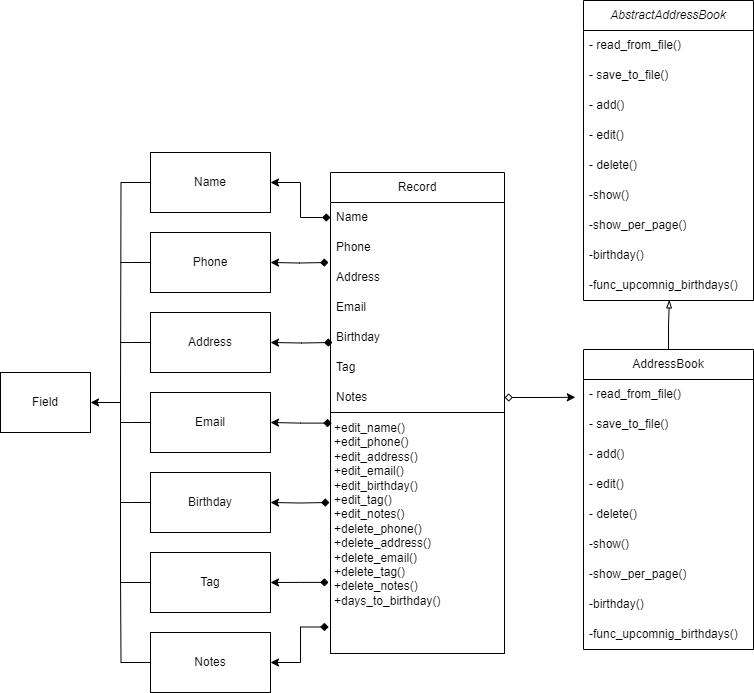
Before: address_book/Diagram.drawio.png, a diagram exported from draw.io (kachnna/AdressBook). Source tidied: cells renumbered, new cells last; positions are measured from the earlier drawing's top-left corner, leaving out a move shared by most shapes.
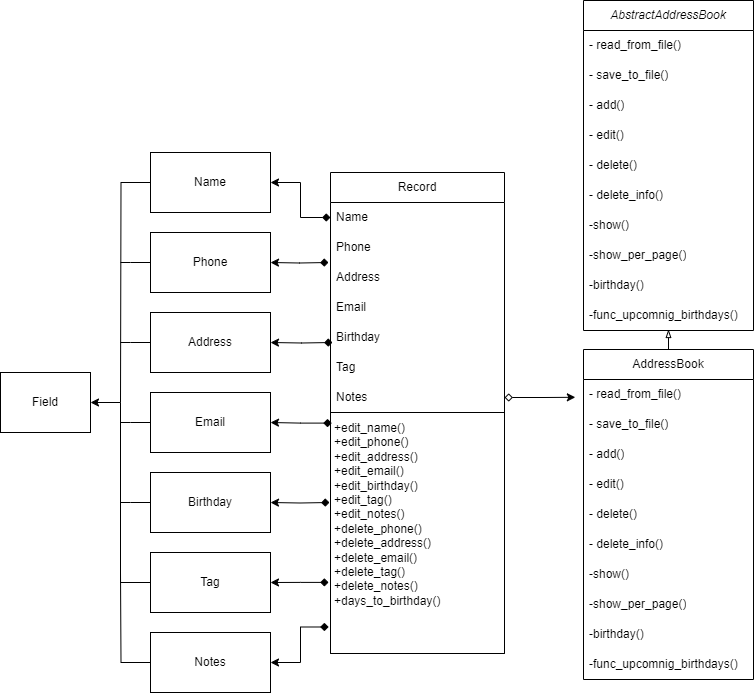
After the change.

Change to the diagram source:
```diff
@@ -90,7 +90,7 @@
       <mxGeometry x="2" y="1.5" width="165" height="238" as="geometry" />
     </mxCell>
     <mxCell id="27" value="AddressBook" style="swimlane;fontStyle=0;horizontal=1;startSize=30;whiteSpace=wrap;html=1;" parent="1" vertex="1">
-      <mxGeometry x="583" y="349" width="170" height="300" as="geometry" />
+      <mxGeometry x="583" y="349" width="170" height="330" as="geometry" />
     </mxCell>
     <mxCell id="28" value="- read_from_file()" style="text;strokeColor=none;fillColor=none;align=left;verticalAlign=middle;spacingLeft=4;spacingRight=4;overflow=hidden;points=[[0,0.5],[1,0.5]];portConstraint=eastwest;whiteSpace=wrap;html=1;" parent="27" vertex="1">
       <mxGeometry y="30" width="170" height="30" as="geometry" />
@@ -107,17 +107,20 @@
     <mxCell id="32" value="- delete()" style="text;strokeColor=none;fillColor=none;align=left;verticalAlign=middle;spacingLeft=4;spacingRight=4;overflow=hidden;whiteSpace=wrap;html=1;" parent="27" vertex="1">
       <mxGeometry y="150" width="170" height="30" as="geometry" />
     </mxCell>
+    <mxCell id="56" value="- delete_info()" style="text;strokeColor=none;fillColor=none;align=left;verticalAlign=middle;spacingLeft=4;spacingRight=4;overflow=hidden;whiteSpace=wrap;html=1;" parent="27" vertex="1">
+      <mxGeometry y="180" width="170" height="30" as="geometry" />
+    </mxCell>
     <mxCell id="33" value="-show()" style="text;strokeColor=none;fillColor=none;align=left;verticalAlign=middle;spacingLeft=4;spacingRight=4;overflow=hidden;whiteSpace=wrap;html=1;" parent="27" vertex="1">
-      <mxGeometry y="180" width="170" height="30" as="geometry" />
+      <mxGeometry y="210" width="170" height="30" as="geometry" />
     </mxCell>
     <mxCell id="34" value="-show_per_page()" style="text;strokeColor=none;fillColor=none;align=left;verticalAlign=middle;spacingLeft=4;spacingRight=4;overflow=hidden;whiteSpace=wrap;html=1;" parent="27" vertex="1">
-      <mxGeometry y="210" width="170" height="30" as="geometry" />
+      <mxGeometry y="240" width="170" height="30" as="geometry" />
     </mxCell>
     <mxCell id="35" value="-birthday()" style="text;strokeColor=none;fillColor=none;align=left;verticalAlign=middle;spacingLeft=4;spacingRight=4;overflow=hidden;whiteSpace=wrap;html=1;" parent="27" vertex="1">
-      <mxGeometry y="240" width="170" height="30" as="geometry" />
+      <mxGeometry y="270" width="170" height="30" as="geometry" />
     </mxCell>
     <mxCell id="36" value="-func_upcomnig_birthdays()" style="text;strokeColor=none;fillColor=none;align=left;verticalAlign=middle;spacingLeft=4;spacingRight=4;overflow=hidden;whiteSpace=wrap;html=1;" parent="27" vertex="1">
-      <mxGeometry y="270" width="170" height="30" as="geometry" />
+      <mxGeometry y="300" width="170" height="30" as="geometry" />
     </mxCell>
     <mxCell id="37" style="rounded=0;jettySize=auto;html=1;edgeStyle=orthogonalEdgeStyle;startArrow=diamond;startFill=1;exitX=-0.011;exitY=0.89;exitDx=0;exitDy=0;exitPerimeter=0;" parent="1" edge="1" source="25" target="14">
       <mxGeometry relative="1" as="geometry" />
@@ -150,7 +153,7 @@
       <mxGeometry relative="1" as="geometry" />
     </mxCell>
     <mxCell id="45" value="&lt;i&gt;AbstractAddressBook&lt;/i&gt;" style="swimlane;fontStyle=0;horizontal=1;startSize=30;whiteSpace=wrap;html=1;" parent="1" vertex="1">
-      <mxGeometry x="583" width="170" height="300" as="geometry" />
+      <mxGeometry x="583" width="170" height="330" as="geometry" />
     </mxCell>
     <mxCell id="46" value="- read_from_file()" style="text;strokeColor=none;fillColor=none;align=left;verticalAlign=middle;spacingLeft=4;spacingRight=4;overflow=hidden;whiteSpace=wrap;html=1;" parent="45" vertex="1">
       <mxGeometry y="30" width="170" height="30" as="geometry" />
@@ -167,17 +170,20 @@
     <mxCell id="50" value="- delete()" style="text;strokeColor=none;fillColor=none;align=left;verticalAlign=middle;spacingLeft=4;spacingRight=4;overflow=hidden;whiteSpace=wrap;html=1;" parent="45" vertex="1">
       <mxGeometry y="150" width="170" height="30" as="geometry" />
     </mxCell>
+    <mxCell id="57" value="- delete_info()" style="text;strokeColor=none;fillColor=none;align=left;verticalAlign=middle;spacingLeft=4;spacingRight=4;overflow=hidden;whiteSpace=wrap;html=1;" parent="45" vertex="1">
+      <mxGeometry y="180" width="170" height="30" as="geometry" />
+    </mxCell>
     <mxCell id="51" value="-show()" style="text;strokeColor=none;fillColor=none;align=left;verticalAlign=middle;spacingLeft=4;spacingRight=4;overflow=hidden;whiteSpace=wrap;html=1;" parent="45" vertex="1">
-      <mxGeometry y="180" width="170" height="30" as="geometry" />
+      <mxGeometry y="210" width="170" height="30" as="geometry" />
     </mxCell>
     <mxCell id="52" value="-show_per_page()" style="text;strokeColor=none;fillColor=none;align=left;verticalAlign=middle;spacingLeft=4;spacingRight=4;overflow=hidden;whiteSpace=wrap;html=1;" parent="45" vertex="1">
-      <mxGeometry y="210" width="170" height="30" as="geometry" />
+      <mxGeometry y="240" width="170" height="30" as="geometry" />
     </mxCell>
     <mxCell id="53" value="-birthday()" style="text;strokeColor=none;fillColor=none;align=left;verticalAlign=middle;spacingLeft=4;spacingRight=4;overflow=hidden;whiteSpace=wrap;html=1;" parent="45" vertex="1">
-      <mxGeometry y="240" width="170" height="30" as="geometry" />
+      <mxGeometry y="270" width="170" height="30" as="geometry" />
     </mxCell>
     <mxCell id="54" value="-func_upcomnig_birthdays()" style="text;strokeColor=none;fillColor=none;align=left;verticalAlign=middle;spacingLeft=4;spacingRight=4;overflow=hidden;points=[[0,0.5],[1,0.5]];portConstraint=eastwest;whiteSpace=wrap;html=1;" parent="45" vertex="1">
-      <mxGeometry y="270" width="170" height="30" as="geometry" />
+      <mxGeometry y="300" width="170" height="30" as="geometry" />
     </mxCell>
     <mxCell id="55" style="edgeStyle=orthogonalEdgeStyle;rounded=0;jettySize=auto;html=1;entryX=0.505;entryY=0.98;entryDx=0;entryDy=0;entryPerimeter=0;endArrow=blockThin;endFill=0;" parent="1" edge="1" source="27" target="54">
       <mxGeometry relative="1" as="geometry" />
```
